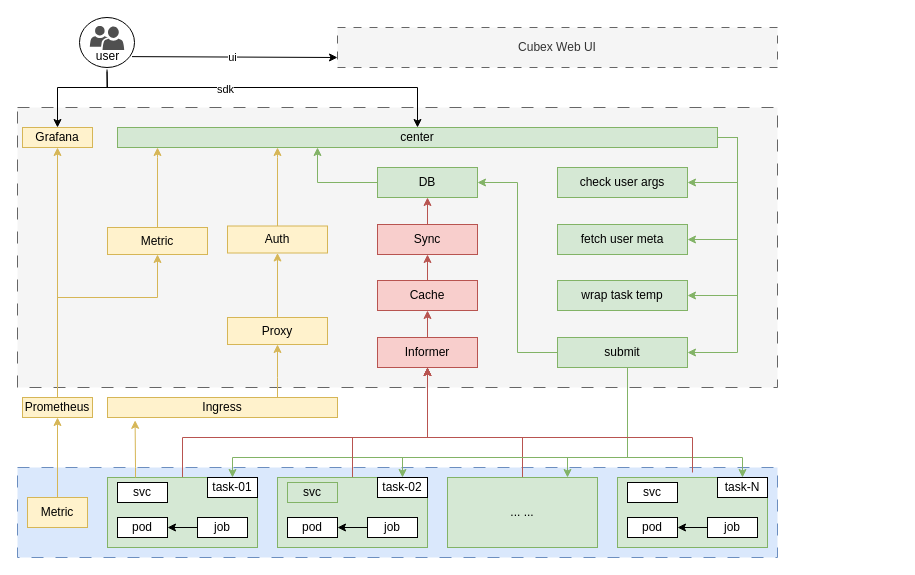
Before: zs/group.drawio in arlottang/tdh_bit, a draw.io diagram. Source tidied: cells renumbered, new cells numbered last; positions are measured from the earlier drawing's top-left corner, leaving out a move shared by most shapes. Both pictures are drawn from the tidied source at 100%, with x=0, y=0 at pixel (17, 17).
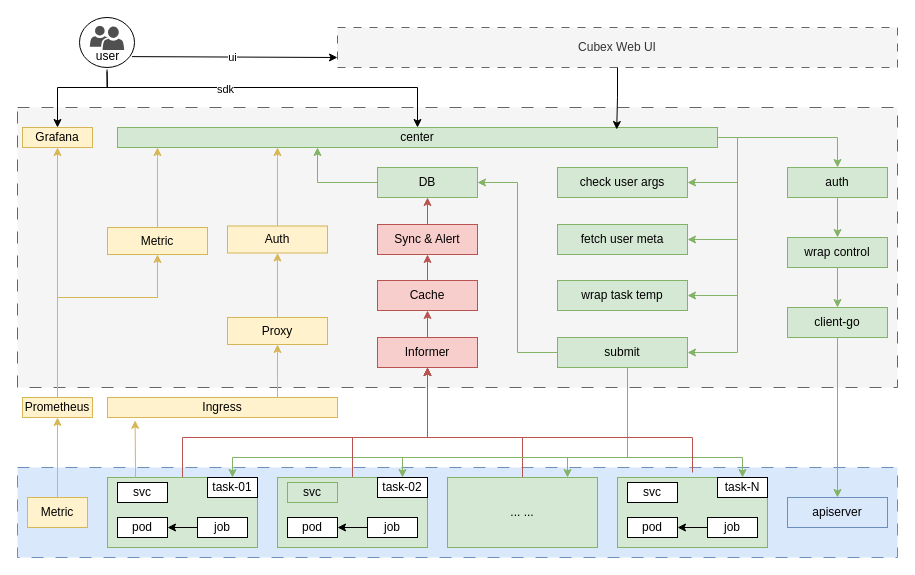
Above is the later version.

Unchanged cells that the change refers to:
```xml
<mxCell id="14" value="center" style="rounded=0;whiteSpace=wrap;html=1;fillColor=#d5e8d4;strokeColor=#82b366;" parent="1" vertex="1">
  <mxGeometry x="100" y="110" width="600" height="20" as="geometry" />
</mxCell>
```

The edit, as a diff of the source:
```diff
@@
     <mxCell id="2" value="Cubex Web UI" style="rounded=0;whiteSpace=wrap;html=1;dashed=1;fillColor=#f5f5f5;strokeColor=#666666;dashPattern=8 8;fontColor=#333333;" parent="1" vertex="1">
-      <mxGeometry x="320" y="10" width="440" height="40" as="geometry" />
+      <mxGeometry x="320" y="10" width="560" height="40" as="geometry" />
     </mxCell>
@@
     <mxCell id="9" style="rounded=0;whiteSpace=wrap;html=1;fillColor=#f5f5f5;strokeColor=#666666;dashed=1;dashPattern=12 12;fontColor=#333333;" parent="1" vertex="1">
-      <mxGeometry y="90" width="760" height="280" as="geometry" />
+      <mxGeometry y="90" width="880" height="280" as="geometry" />
     </mxCell>
@@
+    <mxCell id="77" style="edgeStyle=orthogonalEdgeStyle;rounded=0;jettySize=auto;html=1;fillColor=#d5e8d4;strokeColor=#82b366;" parent="1" edge="1" source="14" target="79">
+      <mxGeometry relative="1" as="geometry" />
+    </mxCell>
@@
     <mxCell id="16" style="whiteSpace=wrap;html=1;rounded=0;dashed=1;dashPattern=12 12;fillColor=#dae8fc;strokeColor=#6c8ebf;" parent="1" vertex="1">
-      <mxGeometry y="450" width="760" height="90" as="geometry" />
+      <mxGeometry y="450" width="880" height="90" as="geometry" />
     </mxCell>
@@
-    <mxCell id="62" value="Sync" style="whiteSpace=wrap;html=1;rounded=0;fillColor=#f8cecc;strokeColor=#b85450;" parent="1" vertex="1">
+    <mxCell id="62" value="Sync &amp;amp; Alert" style="whiteSpace=wrap;html=1;rounded=0;fillColor=#f8cecc;strokeColor=#b85450;" parent="1" vertex="1">
       <mxGeometry x="360" y="207" width="100" height="30" as="geometry" />
     </mxCell>
@@
+    <mxCell id="78" style="edgeStyle=orthogonalEdgeStyle;rounded=0;jettySize=auto;html=1;entryX=0.5;entryY=0;entryDx=0;entryDy=0;fillColor=#d5e8d4;strokeColor=#82b366;" parent="1" edge="1" source="79" target="81">
+      <mxGeometry relative="1" as="geometry" />
+    </mxCell>
+    <mxCell id="79" value="auth" style="whiteSpace=wrap;html=1;rounded=0;fillColor=#d5e8d4;strokeColor=#82b366;" parent="1" vertex="1">
+      <mxGeometry x="770" y="150" width="100" height="30" as="geometry" />
+    </mxCell>
+    <mxCell id="80" style="edgeStyle=orthogonalEdgeStyle;rounded=0;jettySize=auto;html=1;fillColor=#d5e8d4;strokeColor=#82b366;" parent="1" edge="1" source="81" target="83">
+      <mxGeometry relative="1" as="geometry" />
+    </mxCell>
+    <mxCell id="81" value="wrap control" style="whiteSpace=wrap;html=1;rounded=0;fillColor=#d5e8d4;strokeColor=#82b366;" parent="1" vertex="1">
+      <mxGeometry x="770" y="220" width="100" height="30" as="geometry" />
+    </mxCell>
+    <mxCell id="82" style="edgeStyle=orthogonalEdgeStyle;rounded=0;jettySize=auto;html=1;entryX=0.5;entryY=0;entryDx=0;entryDy=0;fillColor=#d5e8d4;strokeColor=#82b366;" parent="1" edge="1" source="83" target="84">
+      <mxGeometry relative="1" as="geometry" />
+    </mxCell>
+    <mxCell id="83" value="client-go" style="whiteSpace=wrap;html=1;rounded=0;fillColor=#d5e8d4;strokeColor=#82b366;" parent="1" vertex="1">
+      <mxGeometry x="770" y="290" width="100" height="30" as="geometry" />
+    </mxCell>
+    <mxCell id="84" value="apiserver" style="whiteSpace=wrap;html=1;rounded=0;fillColor=#dae8fc;strokeColor=#6c8ebf;" parent="1" vertex="1">
+      <mxGeometry x="770" y="480" width="100" height="30" as="geometry" />
+    </mxCell>
+    <mxCell id="85" style="edgeStyle=orthogonalEdgeStyle;rounded=0;jettySize=auto;html=1;entryX=0.832;entryY=0.1;entryDx=0;entryDy=0;entryPerimeter=0;" parent="1" edge="1" source="2" target="14">
+      <mxGeometry relative="1" as="geometry" />
+    </mxCell>
```
